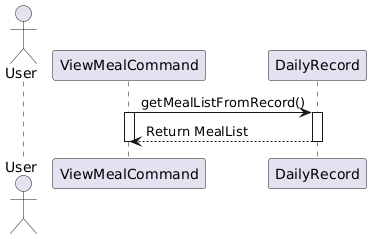
The PlantUML diagram docs/images/viewMealSequenceDiagram.png in nus-cs2113-AY2425S1/tp, before a commit. Its diagram source:
```plantuml
@startuml
actor User
participant "ViewMealCommand" as ViewCmd
participant "DailyRecord" as DailyRec

ViewCmd -> DailyRec: getMealListFromRecord()
activate ViewCmd
activate DailyRec
DailyRec --> ViewCmd: Return MealList
deactivate DailyRec

deactivate ViewCmd
@enduml
```
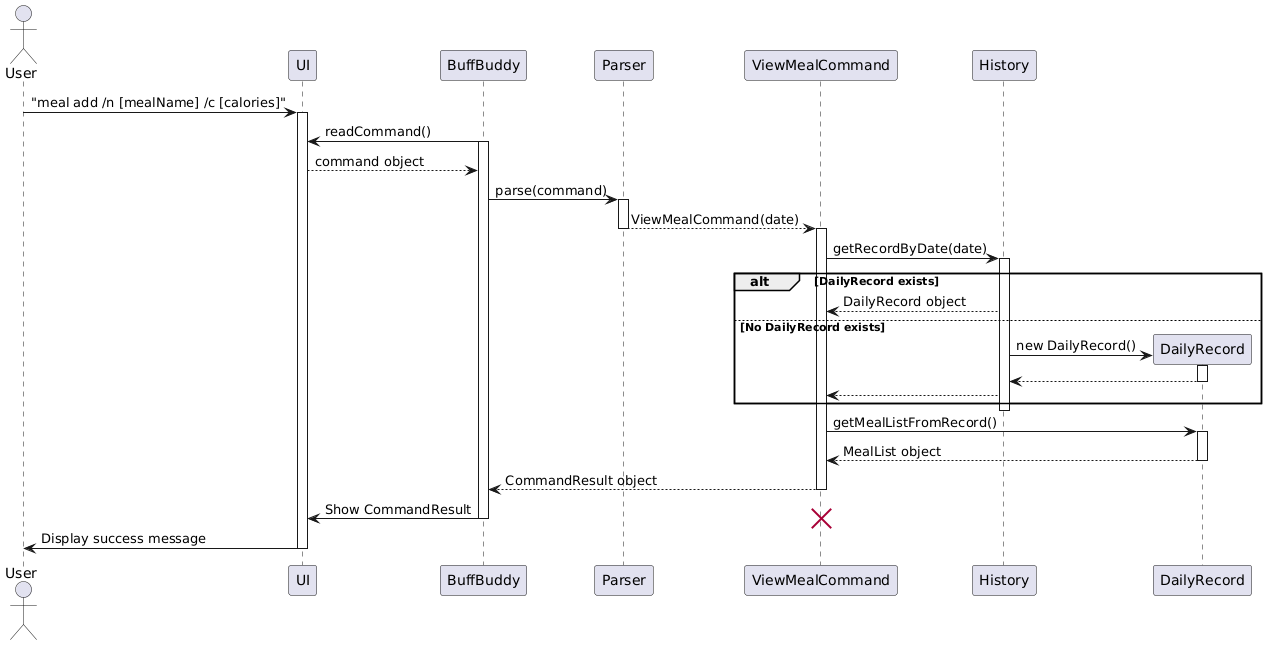
Above is the later version.

Commit message:
Edited Meal sequence diagrams

Change to the diagram source:
```diff
@@ -1,13 +1,51 @@
 @startuml
 actor User
+participant "UI" as UI
+participant "BuffBuddy" as BB
+participant "Parser" as Parser
 participant "ViewMealCommand" as ViewCmd
+participant "History" as History
 participant "DailyRecord" as DailyRec
 
+User -> UI: "meal add /n [mealName] /c [calories]"
+activate UI
+BB -> UI: readCommand()
+activate BB
+UI --> BB: command object
+BB -> Parser: parse(command)
+activate Parser
+
+Parser --> ViewCmd: ViewMealCommand(date)
+deactivate Parser
+activate ViewCmd
+
+ViewCmd -> History: getRecordByDate(date)
+activate History
+
+alt DailyRecord exists
+  History --> ViewCmd: DailyRecord object
+else No DailyRecord exists
+create DailyRec
+  History -> DailyRec: new DailyRecord()
+  activate DailyRec
+  DailyRec --> History
+  deactivate DailyRec
+  History --> ViewCmd
+end
+deactivate History
+
 ViewCmd -> DailyRec: getMealListFromRecord()
-activate ViewCmd
 activate DailyRec
-DailyRec --> ViewCmd: Return MealList
+DailyRec --> ViewCmd: MealList object
 deactivate DailyRec
 
+ViewCmd --> BB: CommandResult object
 deactivate ViewCmd
+
+BB -> UI: Show CommandResult
+deactivate BB
+destroy ViewCmd
+
+UI -> User: Display success message
+deactivate UI
 @enduml
```
